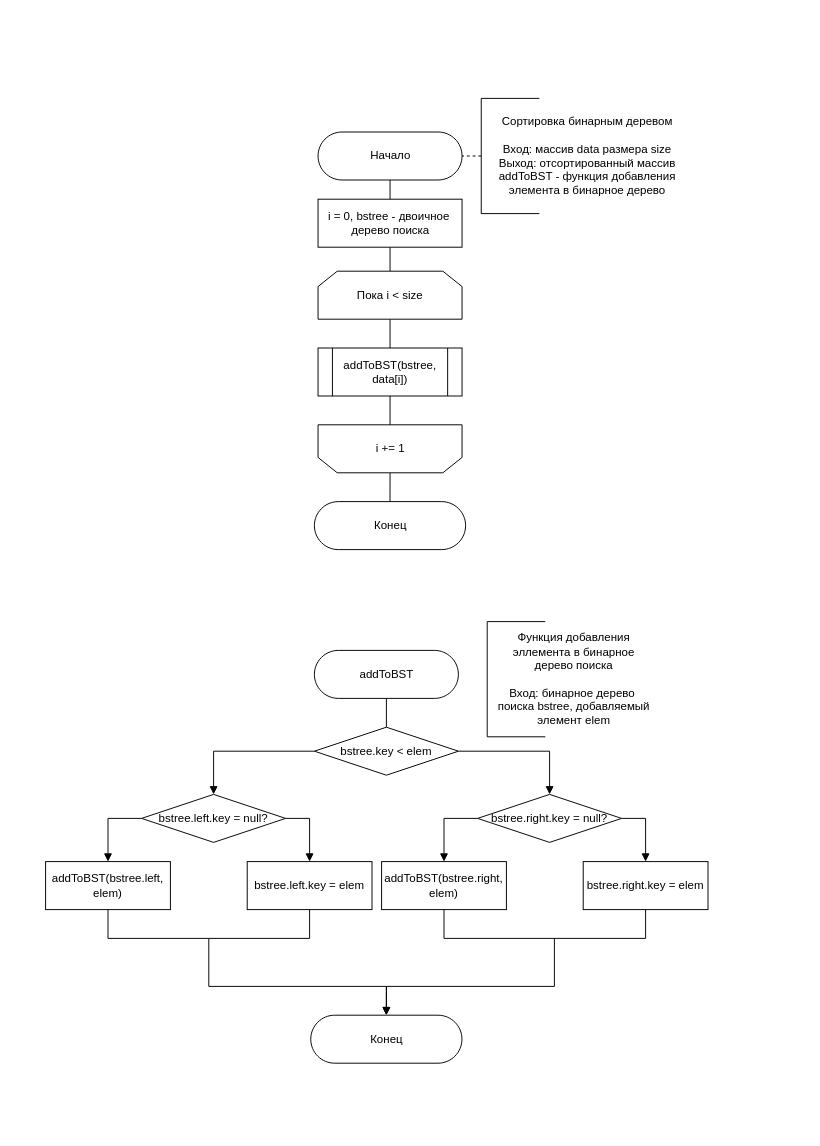
This is lab03/diagrams/bstSort.drawio from kalashkovpaul/bmstu-aa, a draw.io file, before an edit. Source tidied: cells renumbered, new cells numbered last; positions are measured from the earlier drawing's top-left corner, leaving out a move shared by most shapes. Both pictures are drawn from the tidied source at 96%, with x=0, y=0 at pixel (16, 16).
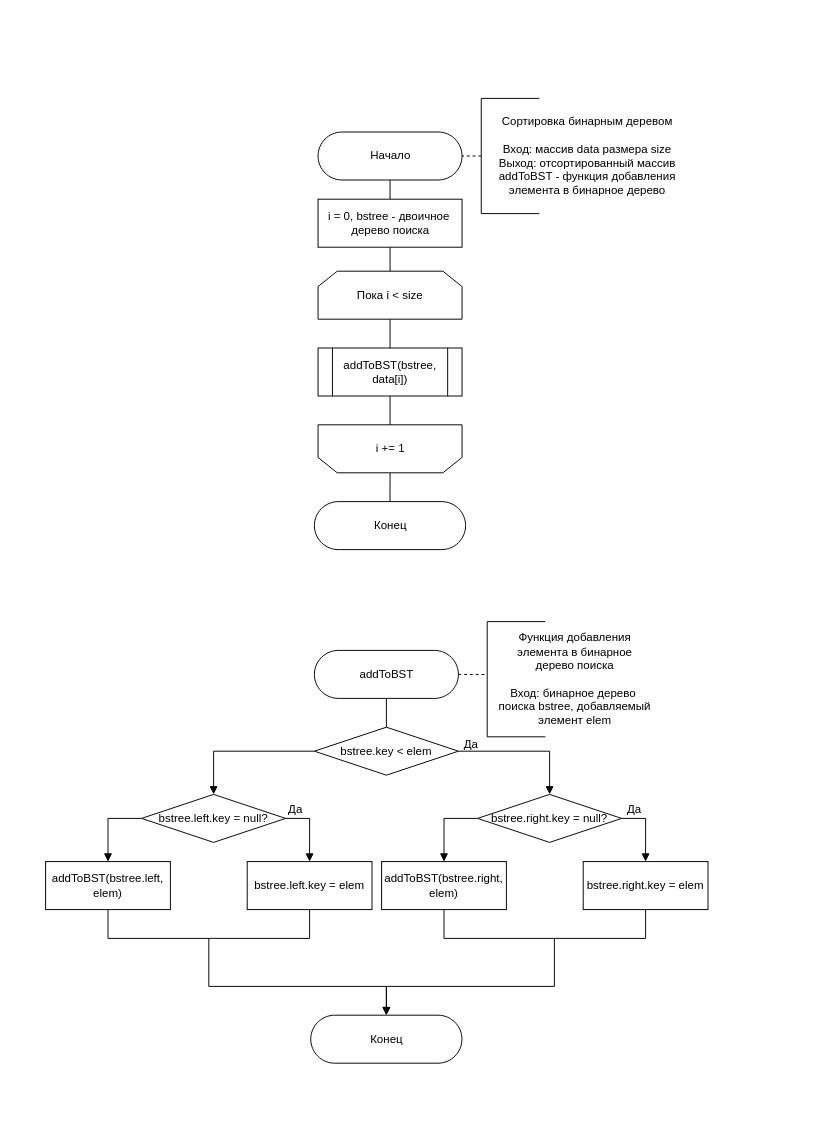
Above is the later version.

The change refers to these unchanged cells:
```xml
<mxCell id="19" value="addToBST" style="html=1;dashed=0;whitespace=wrap;shape=mxgraph.dfd.start;" parent="1" vertex="1">
  <mxGeometry x="310" y="660" width="150" height="50" as="geometry" />
</mxCell>
<mxCell id="20" style="shape=partialRectangle;whiteSpace=wrap;html=1;bottom=1;right=1;left=1;top=0;fillColor=none;routingCenterX=-0.5;rotation=90;" parent="1" vertex="1">
  <mxGeometry x="460" y="660" width="120" height="60" as="geometry" />
</mxCell>
```

Diff of the diagram source:
```diff
@@
+    <mxCell id="40" style="edgeStyle=none;html=1;exitX=1;exitY=0.5;exitDx=0;exitDy=0;exitPerimeter=0;entryX=0.459;entryY=1.002;entryDx=0;entryDy=0;entryPerimeter=0;endArrow=none;endFill=0;dashed=1;" parent="1" edge="1" source="19" target="20">
+      <mxGeometry relative="1" as="geometry" />
+    </mxCell>
@@
-    <mxCell id="21" value="Функция добавления&lt;br&gt;эллемента в бинарное&lt;br&gt;дерево поиска&lt;br&gt;&lt;br&gt;Вход: бинарное дерево&amp;nbsp;&lt;br&gt;поиска bstree, добавляемый&lt;br&gt;элемент elem" style="text;html=1;align=center;verticalAlign=middle;strokeColor=none;" parent="1" vertex="1">
-      <mxGeometry x="490" y="640" width="180" height="100" as="geometry" />
+    <mxCell id="21" value="Функция добавления&lt;br&gt;элемента в бинарное&lt;br&gt;дерево поиска&lt;br&gt;&lt;br&gt;Вход: бинарное дерево&amp;nbsp;&lt;br&gt;поиска bstree, добавляемый&lt;br&gt;элемент elem" style="text;html=1;align=center;verticalAlign=middle;strokeColor=none;" parent="1" vertex="1">
+      <mxGeometry x="495" y="639" width="171" height="102" as="geometry" />
     </mxCell>
@@
+    <mxCell id="41" value="Да" style="text;html=1;align=center;verticalAlign=middle;fillColor=none;strokeColor=none;rounded=0;" parent="1" vertex="1">
+      <mxGeometry x="460" y="749" width="25" height="18" as="geometry" />
+    </mxCell>
+    <mxCell id="42" value="Да" style="text;html=1;align=center;verticalAlign=middle;fillColor=none;strokeColor=none;rounded=0;" parent="1" vertex="1">
+      <mxGeometry x="630" y="817" width="25" height="18" as="geometry" />
+    </mxCell>
+    <mxCell id="43" value="Да" style="text;html=1;align=center;verticalAlign=middle;fillColor=none;strokeColor=none;rounded=0;" parent="1" vertex="1">
+      <mxGeometry x="277" y="817" width="25" height="18" as="geometry" />
+    </mxCell>
```
